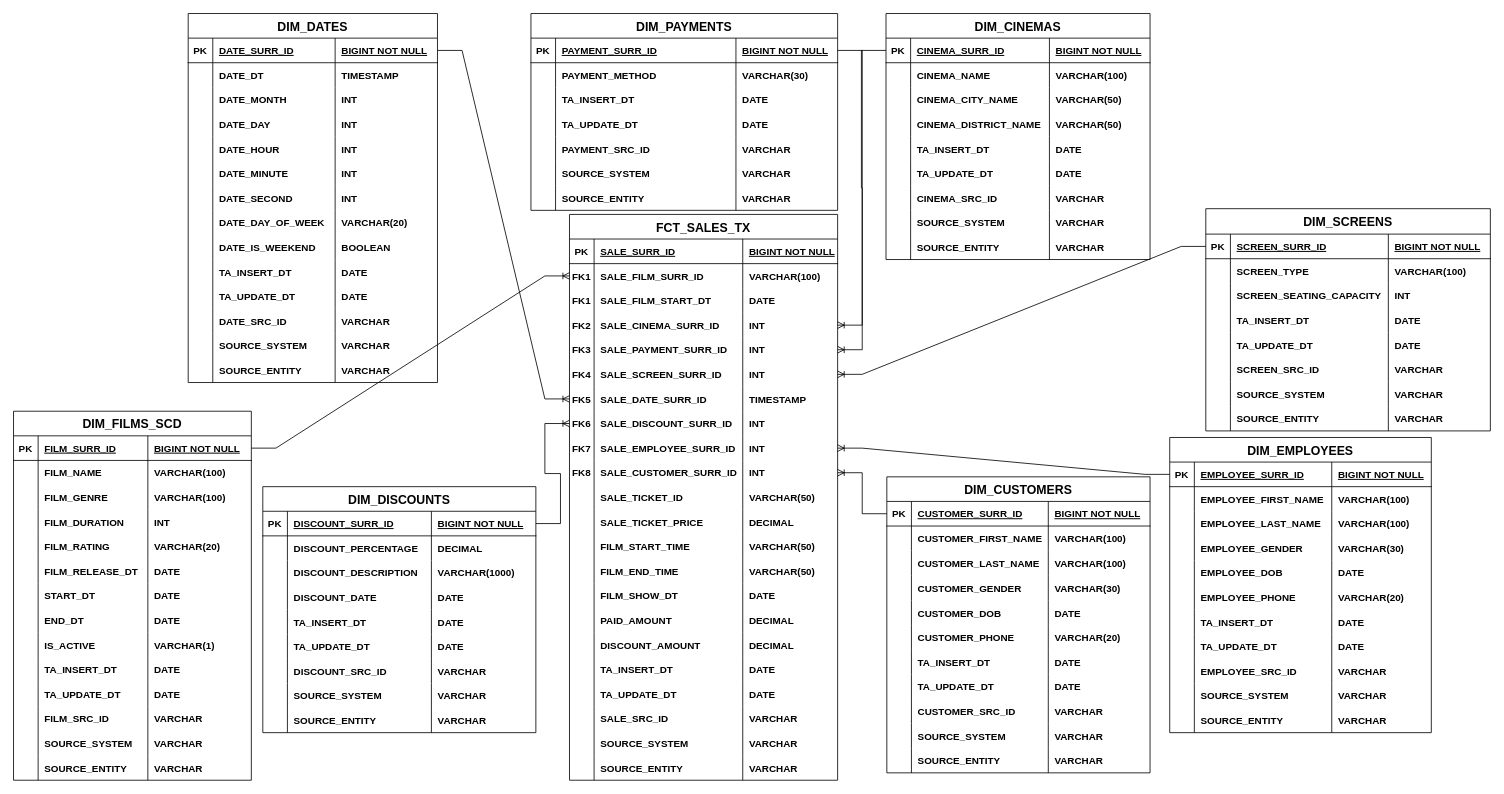
Above: ticket_sales_star_schema.drawio in GiorgiEz/DB-modeling (draw.io), before the change. Source tidied: cells renumbered, new cells numbered last; positions are measured from the earlier drawing's top-left corner, leaving out a move shared by most shapes. Both pictures are drawn from the tidied source at 82%, with x=0, y=0 at pixel (13, 13).
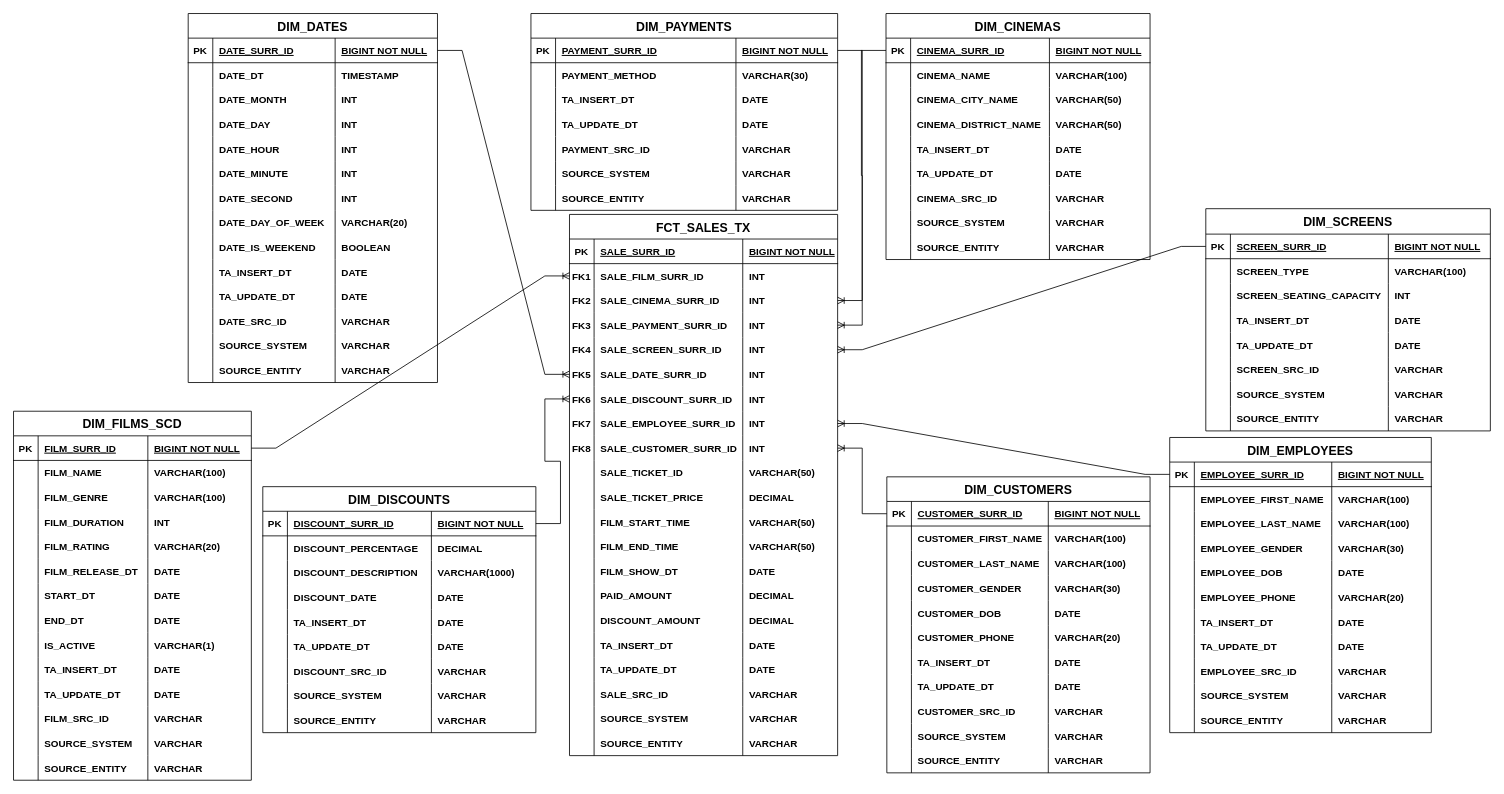
After the change.

The change refers to these unchanged cells:
```xml
<mxCell id="302" style="shape=partialRectangle;fillColor=none;points=[[0,0.5],[1,0.5]];portConstraint=eastwest;top=0;left=0;right=0;bottom=0;" parent="297" vertex="1">
  <mxGeometry y="60" width="327" height="30" as="geometry" />
</mxCell>
```

What changed in the source:
```diff
@@
     <mxCell id="297" value="FCT_SALES_TX" style="shape=table;startSize=30;childLayout=tableLayout;rowLines=0;fontStyle=1;align=center;fontSize=15;" parent="1" vertex="1">
-      <mxGeometry x="678" y="245" width="327" height="690" as="geometry" />
+      <mxGeometry x="678" y="245" width="327" height="660" as="geometry" />
     </mxCell>
@@
-    <mxCell id="305" value="VARCHAR(100)" style="shape=partialRectangle;overflow=hidden;fillColor=none;top=0;left=0;bottom=0;right=0;align=left;spacingLeft=6;fontStyle=1;" parent="302" vertex="1">
+    <mxCell id="305" value="INT" style="shape=partialRectangle;overflow=hidden;fillColor=none;top=0;left=0;bottom=0;right=0;align=left;spacingLeft=6;fontStyle=1;" parent="302" vertex="1">
       <mxGeometry x="211.3" width="115.7" height="30" as="geometry" />
     </mxCell>
-    <mxCell id="306" style="shape=partialRectangle;fillColor=none;top=0;left=0;right=0;bottom=0;" parent="297" vertex="1">
-      <mxGeometry y="90" width="327" height="30" as="geometry" />
-    </mxCell>
-    <mxCell id="307" value="FK1" style="shape=partialRectangle;overflow=hidden;fillColor=none;top=0;left=0;bottom=0;right=0;fontStyle=1;" parent="306" vertex="1">
-      <mxGeometry width="30" height="30" as="geometry" />
-    </mxCell>
-    <mxCell id="308" value="SALE_FILM_START_DT" style="shape=partialRectangle;overflow=hidden;fillColor=none;top=0;left=0;bottom=0;right=0;align=left;spacingLeft=6;fontStyle=1;" parent="306" vertex="1">
-      <mxGeometry x="30" width="181.3" height="30" as="geometry" />
-    </mxCell>
-    <mxCell id="309" value="DATE" style="shape=partialRectangle;overflow=hidden;fillColor=none;top=0;left=0;bottom=0;right=0;align=left;spacingLeft=6;fontStyle=1;" parent="306" vertex="1">
-      <mxGeometry x="211.3" width="115.7" height="30" as="geometry" />
-    </mxCell>
     <mxCell id="310" style="shape=partialRectangle;fillColor=none;points=[[0,0.5],[1,0.5]];portConstraint=eastwest;top=0;left=0;right=0;bottom=0;" parent="297" vertex="1">
-      <mxGeometry y="120" width="327" height="30" as="geometry" />
+      <mxGeometry y="90" width="327" height="30" as="geometry" />
     </mxCell>
@@
     <mxCell id="314" style="shape=partialRectangle;fillColor=none;points=[[0,0.5],[1,0.5]];portConstraint=eastwest;top=0;left=0;right=0;bottom=0;" parent="297" vertex="1">
-      <mxGeometry y="150" width="327" height="30" as="geometry" />
+      <mxGeometry y="120" width="327" height="30" as="geometry" />
     </mxCell>
@@
     <mxCell id="318" style="shape=partialRectangle;fillColor=none;points=[[0,0.5],[1,0.5]];portConstraint=eastwest;top=0;left=0;right=0;bottom=0;" parent="297" vertex="1">
-      <mxGeometry y="180" width="327" height="30" as="geometry" />
+      <mxGeometry y="150" width="327" height="30" as="geometry" />
     </mxCell>
@@
     <mxCell id="322" style="shape=partialRectangle;fillColor=none;points=[[0,0.5],[1,0.5]];portConstraint=eastwest;top=0;left=0;right=0;bottom=0;" parent="297" vertex="1">
-      <mxGeometry y="210" width="327" height="30" as="geometry" />
+      <mxGeometry y="180" width="327" height="30" as="geometry" />
     </mxCell>
@@
-    <mxCell id="325" value="TIMESTAMP" style="shape=partialRectangle;overflow=hidden;fillColor=none;top=0;left=0;bottom=0;right=0;align=left;spacingLeft=6;fontStyle=1;" parent="322" vertex="1">
+    <mxCell id="325" value="INT" style="shape=partialRectangle;overflow=hidden;fillColor=none;top=0;left=0;bottom=0;right=0;align=left;spacingLeft=6;fontStyle=1;" parent="322" vertex="1">
       <mxGeometry x="211.3" width="115.7" height="30" as="geometry" />
     </mxCell>
     <mxCell id="326" style="shape=partialRectangle;fillColor=none;points=[[0,0.5],[1,0.5]];portConstraint=eastwest;top=0;left=0;right=0;bottom=0;" parent="297" vertex="1">
-      <mxGeometry y="240" width="327" height="30" as="geometry" />
+      <mxGeometry y="210" width="327" height="30" as="geometry" />
     </mxCell>
@@
     <mxCell id="330" style="shape=partialRectangle;fillColor=none;points=[[0,0.5],[1,0.5]];portConstraint=eastwest;top=0;left=0;right=0;bottom=0;" parent="297" vertex="1">
-      <mxGeometry y="270" width="327" height="30" as="geometry" />
+      <mxGeometry y="240" width="327" height="30" as="geometry" />
     </mxCell>
@@
     <mxCell id="334" style="shape=partialRectangle;fillColor=none;points=[[0,0.5],[1,0.5]];portConstraint=eastwest;top=0;left=0;right=0;bottom=0;" parent="297" vertex="1">
-      <mxGeometry y="300" width="327" height="30" as="geometry" />
+      <mxGeometry y="270" width="327" height="30" as="geometry" />
     </mxCell>
@@
     <mxCell id="338" style="shape=partialRectangle;fillColor=none;top=0;left=0;right=0;bottom=0;" parent="297" vertex="1">
-      <mxGeometry y="330" width="327" height="30" as="geometry" />
+      <mxGeometry y="300" width="327" height="30" as="geometry" />
     </mxCell>
@@
     <mxCell id="342" style="shape=partialRectangle;fillColor=none;top=0;left=0;right=0;bottom=0;" parent="297" vertex="1">
-      <mxGeometry y="360" width="327" height="30" as="geometry" />
+      <mxGeometry y="330" width="327" height="30" as="geometry" />
     </mxCell>
@@
     <mxCell id="346" style="shape=partialRectangle;fillColor=none;top=0;left=0;right=0;bottom=0;" parent="297" vertex="1">
-      <mxGeometry y="390" width="327" height="30" as="geometry" />
+      <mxGeometry y="360" width="327" height="30" as="geometry" />
     </mxCell>
@@
     <mxCell id="350" style="shape=partialRectangle;fillColor=none;top=0;left=0;right=0;bottom=0;" parent="297" vertex="1">
-      <mxGeometry y="420" width="327" height="30" as="geometry" />
+      <mxGeometry y="390" width="327" height="30" as="geometry" />
     </mxCell>
@@
     <mxCell id="354" style="shape=partialRectangle;fillColor=none;top=0;left=0;right=0;bottom=0;" parent="297" vertex="1">
-      <mxGeometry y="450" width="327" height="30" as="geometry" />
+      <mxGeometry y="420" width="327" height="30" as="geometry" />
     </mxCell>
@@
     <mxCell id="358" style="shape=partialRectangle;fillColor=none;top=0;left=0;right=0;bottom=0;" parent="297" vertex="1">
-      <mxGeometry y="480" width="327" height="30" as="geometry" />
+      <mxGeometry y="450" width="327" height="30" as="geometry" />
     </mxCell>
@@
     <mxCell id="362" style="shape=partialRectangle;fillColor=none;top=0;left=0;right=0;bottom=0;" parent="297" vertex="1">
-      <mxGeometry y="510" width="327" height="30" as="geometry" />
+      <mxGeometry y="480" width="327" height="30" as="geometry" />
     </mxCell>
@@
     <mxCell id="366" style="shape=partialRectangle;fillColor=none;top=0;left=0;right=0;bottom=0;" parent="297" vertex="1">
-      <mxGeometry y="540" width="327" height="30" as="geometry" />
+      <mxGeometry y="510" width="327" height="30" as="geometry" />
     </mxCell>
@@
     <mxCell id="370" style="shape=partialRectangle;fillColor=none;top=0;left=0;right=0;bottom=0;" parent="297" vertex="1">
-      <mxGeometry y="570" width="327" height="30" as="geometry" />
+      <mxGeometry y="540" width="327" height="30" as="geometry" />
     </mxCell>
@@
     <mxCell id="374" style="shape=partialRectangle;fillColor=none;top=0;left=0;right=0;bottom=0;" parent="297" vertex="1">
-      <mxGeometry y="600" width="327" height="30" as="geometry" />
+      <mxGeometry y="570" width="327" height="30" as="geometry" />
     </mxCell>
@@
     <mxCell id="378" style="shape=partialRectangle;fillColor=none;top=0;left=0;right=0;bottom=0;" parent="297" vertex="1">
-      <mxGeometry y="630" width="327" height="30" as="geometry" />
+      <mxGeometry y="600" width="327" height="30" as="geometry" />
     </mxCell>
@@
     <mxCell id="382" style="shape=partialRectangle;fillColor=none;top=0;left=0;right=0;bottom=0;" parent="297" vertex="1">
-      <mxGeometry y="660" width="327" height="30" as="geometry" />
+      <mxGeometry y="630" width="327" height="30" as="geometry" />
     </mxCell>
```
